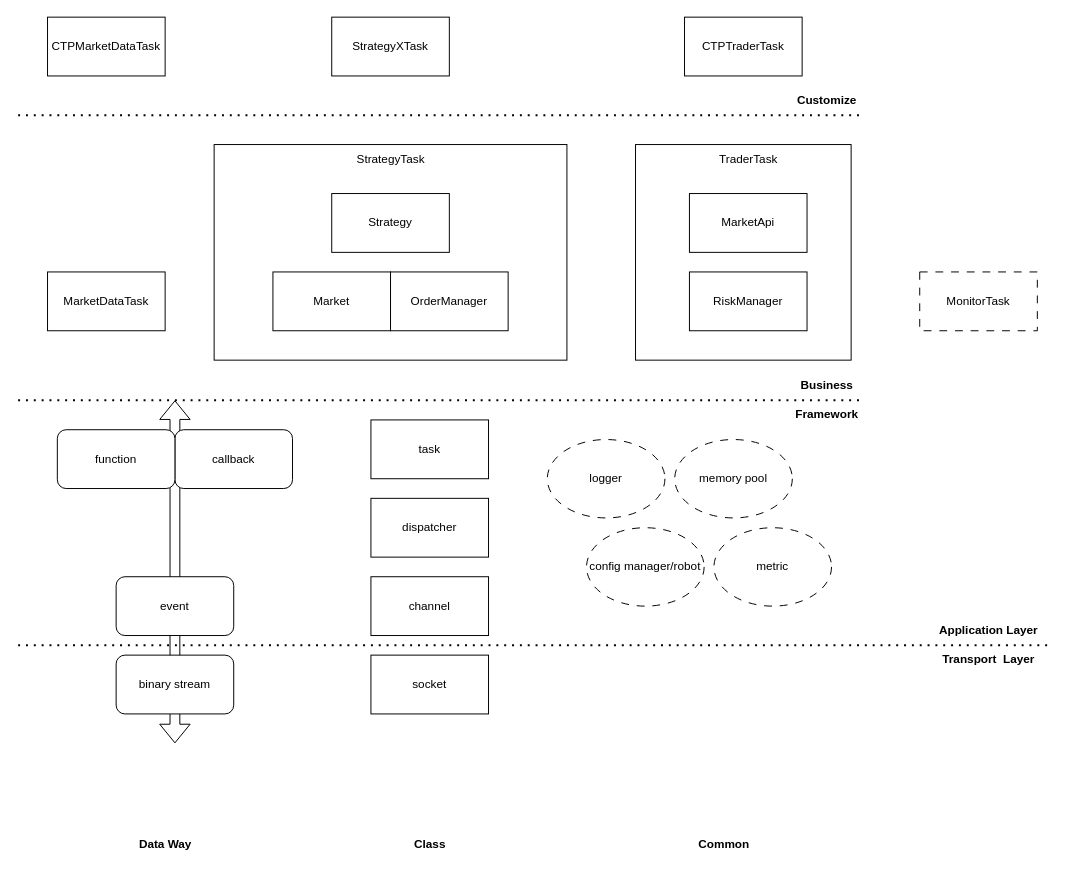
Earlier version of the draw.io diagram page "Framework v2" (3 of 4) of hft/hft_framework.drawio (mistyeye11/drawio). Source tidied: cells renumbered, new cells numbered last; positions are measured from the earlier drawing's top-left corner, leaving out a move shared by most shapes. Both pictures are drawn from the tidied source at 98%, with x=0, y=0 at pixel (18, 17).
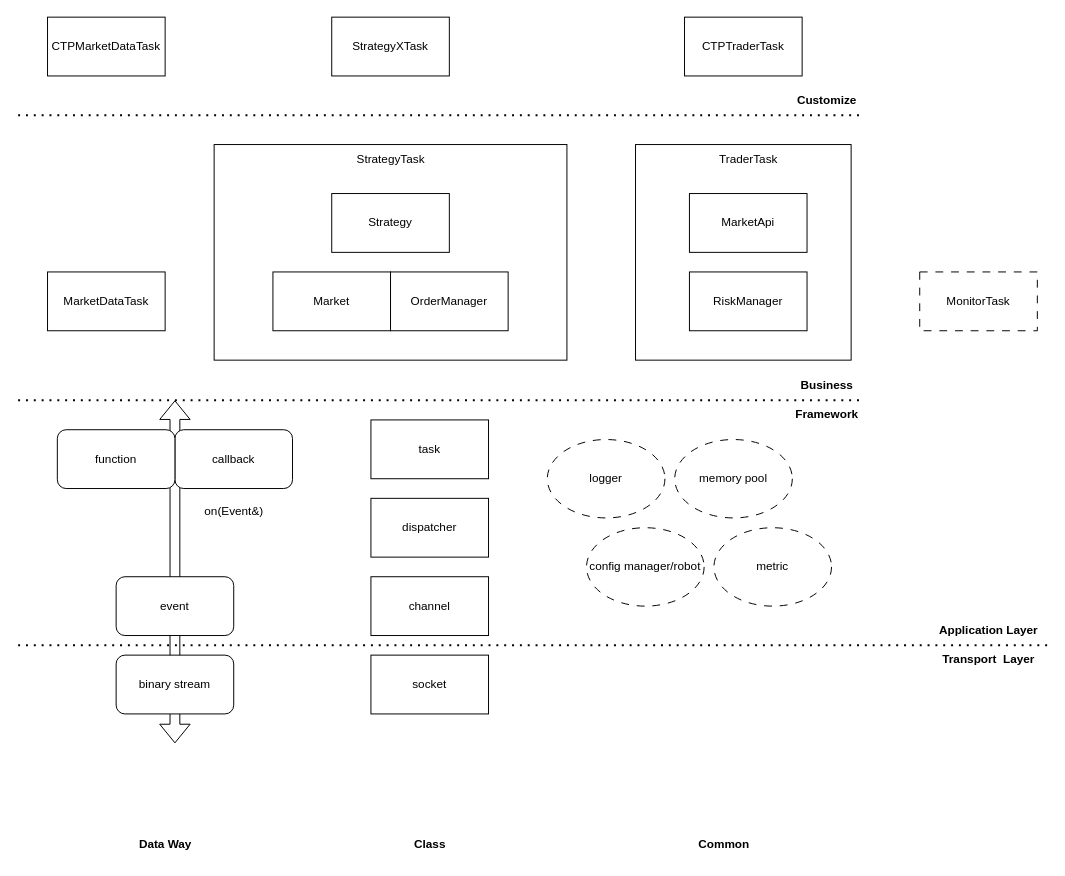
After the change.

Change to the diagram source:
```diff
@@
+    <mxCell id="40" value="on(Event&amp;amp;)" style="text;html=1;align=center;verticalAlign=middle;strokeColor=none;fillColor=none;" parent="1" vertex="1">
+      <mxGeometry x="180" y="489" width="80" height="30" as="geometry" />
+    </mxCell>
```
